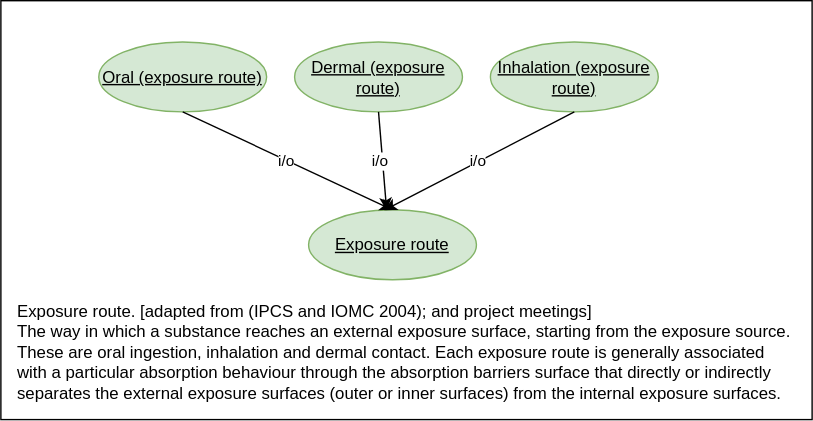
Before: sub-group-exposure-route.drawio.svg, a diagram exported from draw.io (eu-parc/aggregate-exposure-modelling). Source tidied: cells renumbered, new cells last; positions are measured from the earlier drawing's top-left corner, leaving out a move shared by most shapes. Its diagram source:
```xml
<mxGraphModel>
  <root>
    <mxCell id="0" />
    <mxCell id="1" parent="0" />
    <mxCell id="2" style="rounded=0;whiteSpace=wrap;html=1;" parent="1" vertex="1">
      <mxGeometry width="580" height="299.5" as="geometry" />
    </mxCell>
    <mxCell id="3" value="Exposure route" style="ellipse;whiteSpace=wrap;html=1;fillColor=#d5e8d4;strokeColor=#82b366;fontStyle=4;fontColor=#000000;" parent="1" vertex="1">
      <mxGeometry x="220" y="149.5" width="120" height="50" as="geometry" />
    </mxCell>
    <mxCell id="4" value="Oral (exposure route)" style="ellipse;whiteSpace=wrap;html=1;fillColor=#d5e8d4;strokeColor=#82b366;fontStyle=4;fontColor=#000000;" parent="1" vertex="1">
      <mxGeometry x="70" y="29.5" width="120" height="50" as="geometry" />
    </mxCell>
    <mxCell id="5" style="endArrow=classic;html=1;rounded=0;exitX=0.5;exitY=1;exitDx=0;exitDy=0;entryX=0.5;entryY=0;entryDx=0;entryDy=0;" parent="1" edge="1" source="4" target="3">
      <mxGeometry relative="1" as="geometry" />
    </mxCell>
    <mxCell id="6" value="i/o" style="edgeLabel;html=1;align=center;verticalAlign=middle;" parent="5" vertex="1">
      <mxGeometry relative="1" as="geometry">
        <mxPoint x="-2" as="offset" />
      </mxGeometry>
    </mxCell>
    <mxCell id="7" value="Dermal (exposure route)" style="ellipse;whiteSpace=wrap;html=1;fillColor=#d5e8d4;strokeColor=#82b366;fontStyle=4;fontColor=#000000;" parent="1" vertex="1">
      <mxGeometry x="210" y="29.5" width="120" height="50" as="geometry" />
    </mxCell>
    <mxCell id="8" style="endArrow=classic;html=1;rounded=0;exitX=0.5;exitY=1;exitDx=0;exitDy=0;entryX=0.465;entryY=0.006;entryDx=0;entryDy=0;entryPerimeter=0;" parent="1" edge="1" source="7" target="3">
      <mxGeometry relative="1" as="geometry" />
    </mxCell>
    <mxCell id="9" value="i/o" style="edgeLabel;html=1;align=center;verticalAlign=middle;" parent="8" vertex="1">
      <mxGeometry relative="1" as="geometry">
        <mxPoint x="-2" as="offset" />
      </mxGeometry>
    </mxCell>
    <mxCell id="10" value="Inhalation (exposure route)" style="ellipse;whiteSpace=wrap;html=1;fillColor=#d5e8d4;strokeColor=#82b366;fontStyle=4;fontColor=#000000;" parent="1" vertex="1">
      <mxGeometry x="350" y="29.5" width="120" height="50" as="geometry" />
    </mxCell>
    <mxCell id="11" style="endArrow=classic;html=1;rounded=0;exitX=0.5;exitY=1;exitDx=0;exitDy=0;entryX=0.451;entryY=0.006;entryDx=0;entryDy=0;entryPerimeter=0;" parent="1" edge="1" source="10" target="3">
      <mxGeometry relative="1" as="geometry" />
    </mxCell>
    <mxCell id="12" value="i/o" style="edgeLabel;html=1;align=center;verticalAlign=middle;" parent="11" vertex="1">
      <mxGeometry relative="1" as="geometry">
        <mxPoint x="-2" as="offset" />
      </mxGeometry>
    </mxCell>
    <mxCell id="13" value="Exposure route. [adapted from (IPCS and IOMC 2004); and project meetings] &#10;The way in which a substance reaches an external exposure surface, starting from the exposure source. These are oral ingestion, inhalation and dermal contact. Each exposure route is generally associated with a particular absorption behaviour through the absorption barriers surface that directly or indirectly separates the external exposure surfaces (outer or inner surfaces) from the internal exposure surfaces." style="text;whiteSpace=wrap;html=1;" parent="1" vertex="1">
      <mxGeometry x="10" y="209" width="560" height="90.5" as="geometry" />
    </mxCell>
  </root>
</mxGraphModel>
```
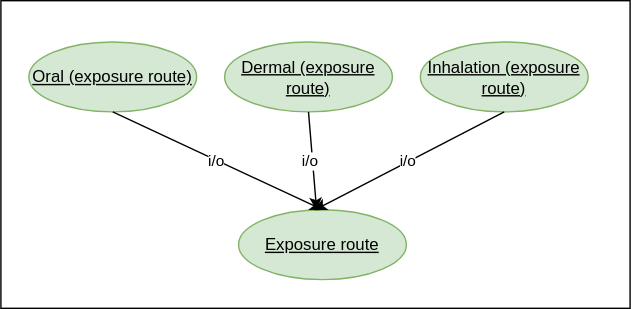
After the change.

What changed in the source:
```diff
@@ -3,7 +3,7 @@
     <mxCell id="0" />
     <mxCell id="1" parent="0" />
     <mxCell id="2" style="rounded=0;whiteSpace=wrap;html=1;" parent="1" vertex="1">
-      <mxGeometry width="580" height="299.5" as="geometry" />
+      <mxGeometry x="50" width="450" height="220" as="geometry" />
     </mxCell>
     <mxCell id="3" value="Exposure route" style="ellipse;whiteSpace=wrap;html=1;fillColor=#d5e8d4;strokeColor=#82b366;fontStyle=4;fontColor=#000000;" parent="1" vertex="1">
       <mxGeometry x="220" y="149.5" width="120" height="50" as="geometry" />
@@ -41,8 +41,5 @@
         <mxPoint x="-2" as="offset" />
       </mxGeometry>
     </mxCell>
-    <mxCell id="13" value="Exposure route. [adapted from (IPCS and IOMC 2004); and project meetings] &#10;The way in which a substance reaches an external exposure surface, starting from the exposure source. These are oral ingestion, inhalation and dermal contact. Each exposure route is generally associated with a particular absorption behaviour through the absorption barriers surface that directly or indirectly separates the external exposure surfaces (outer or inner surfaces) from the internal exposure surfaces." style="text;whiteSpace=wrap;html=1;" parent="1" vertex="1">
-      <mxGeometry x="10" y="209" width="560" height="90.5" as="geometry" />
-    </mxCell>
   </root>
 </mxGraphModel>
```
